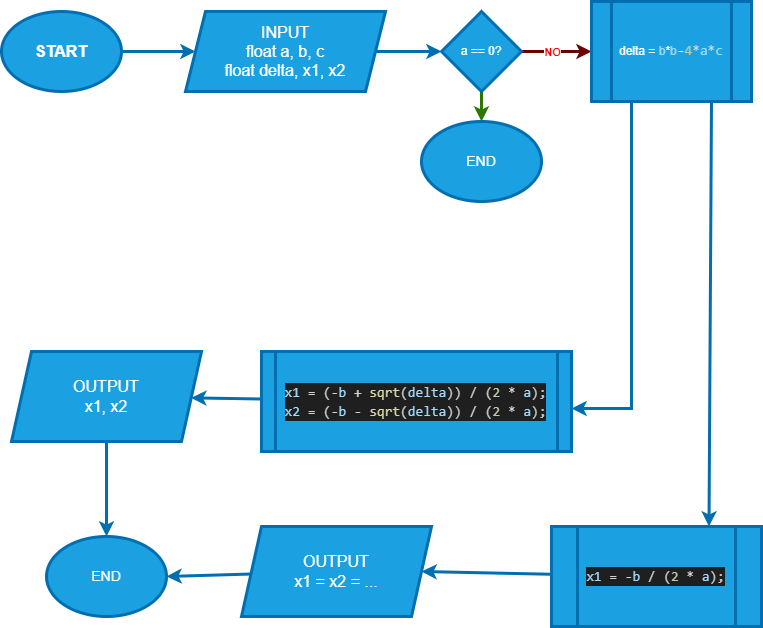
MinkWungNe/NLNNLT keeps this draw.io diagram as Lab_2/Bai_3/FlowBai_3_2.drawio.png. Above is the earlier version. Source tidied: cells renumbered, new cells last; positions are measured from the earlier drawing's top-left corner, leaving out a move shared by most shapes.
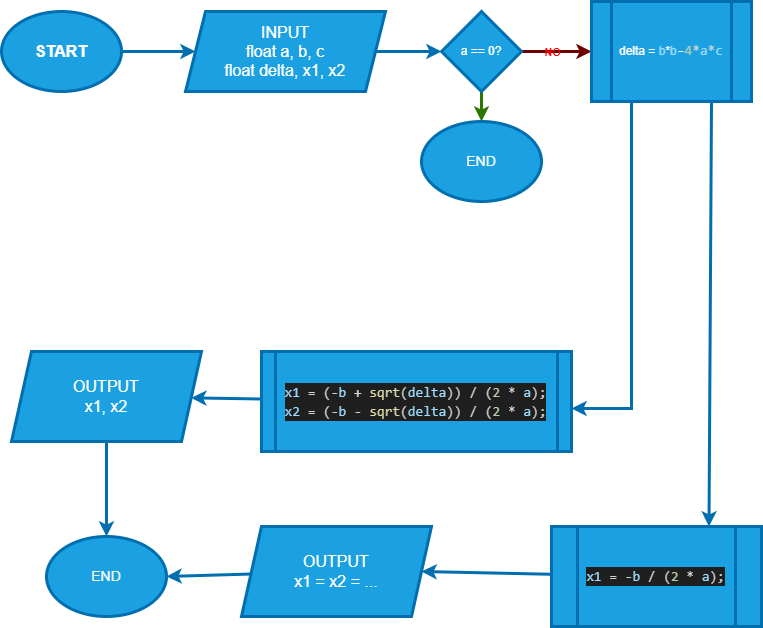
The same file after the commit.

Commit message:
Enhance flowchart readability with color highlights

The edit, as a diff of the source:
```diff
@@ -17,7 +17,7 @@
     <mxCell id="6" style="edgeStyle=none;html=1;entryX=0;entryY=0.5;entryDx=0;entryDy=0;fontColor=#FFFFFF;strokeWidth=3;fillColor=#a20025;strokeColor=#6F0000;" parent="1" edge="1" source="9" target="12">
       <mxGeometry relative="1" as="geometry" />
     </mxCell>
-    <mxCell id="7" value="NO" style="edgeLabel;html=1;align=center;verticalAlign=middle;fontStyle=1;fontColor=#FF0000;" parent="6" vertex="1">
+    <mxCell id="7" value="NO" style="edgeLabel;html=1;align=center;verticalAlign=middle;fontStyle=1;fontColor=#FF0000;labelBackgroundColor=none;" parent="6" vertex="1">
       <mxGeometry x="-0.43" y="-4" relative="1" as="geometry">
         <mxPoint x="10" y="-4" as="offset" />
       </mxGeometry>
```
